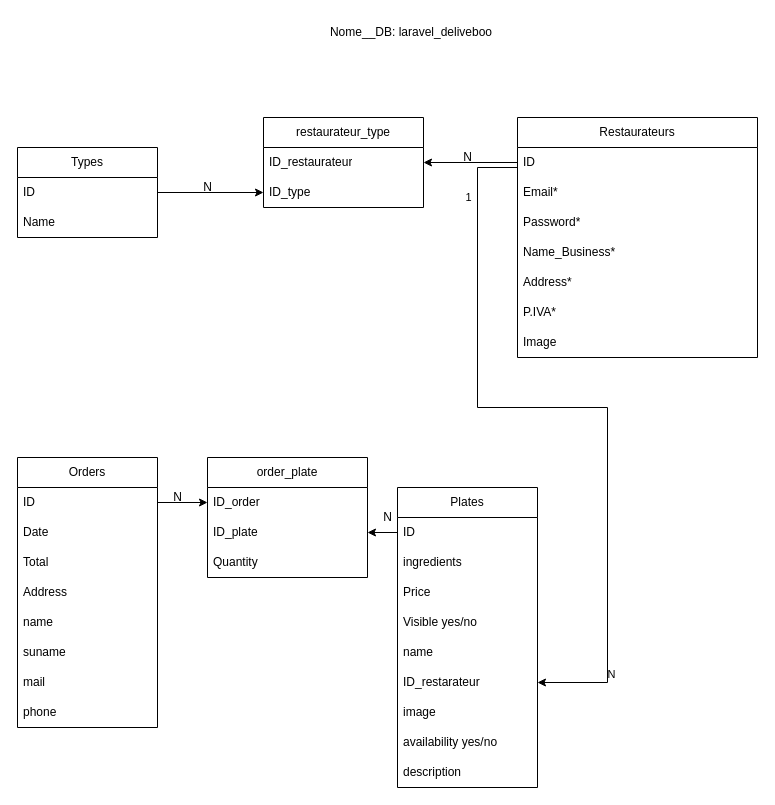
This is grafico_db/grafico_db.drawio from ldm0805/laravel-deliveboo, a draw.io file, before an edit. Source tidied: cells renumbered, new cells numbered last; positions are measured from the earlier drawing's top-left corner, leaving out a move shared by most shapes. Both pictures are drawn from the tidied source at 100%, with x=0, y=0 at pixel (17, 17).
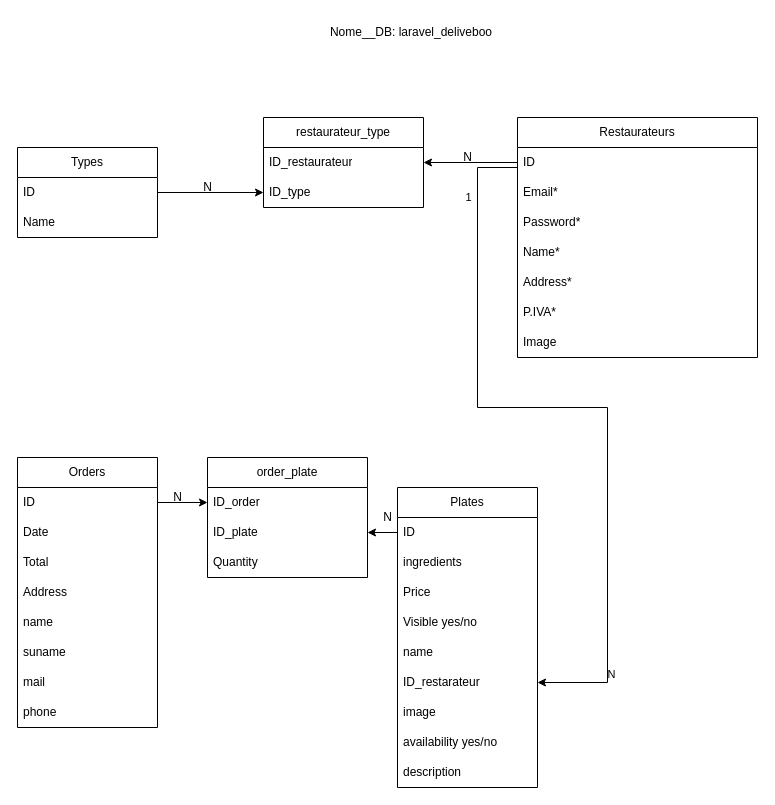
After the change.

Unchanged cells that the change refers to:
```xml
<mxCell id="3" value="Restaurateurs" style="swimlane;fontStyle=0;horizontal=1;startSize=30;whiteSpace=wrap;html=1;" parent="1" vertex="1">
  <mxGeometry x="500" y="100" width="240" height="240" as="geometry" />
</mxCell>
```

What changed in the source:
```diff
@@
-    <mxCell id="7" value="Name_Business*" style="text;strokeColor=none;fillColor=none;align=left;verticalAlign=middle;spacingLeft=4;spacingRight=4;overflow=hidden;whiteSpace=wrap;html=1;" parent="3" vertex="1">
+    <mxCell id="7" value="Name*" style="text;strokeColor=none;fillColor=none;align=left;verticalAlign=middle;spacingLeft=4;spacingRight=4;overflow=hidden;whiteSpace=wrap;html=1;" parent="3" vertex="1">
       <mxGeometry y="120" width="240" height="30" as="geometry" />
     </mxCell>
```
